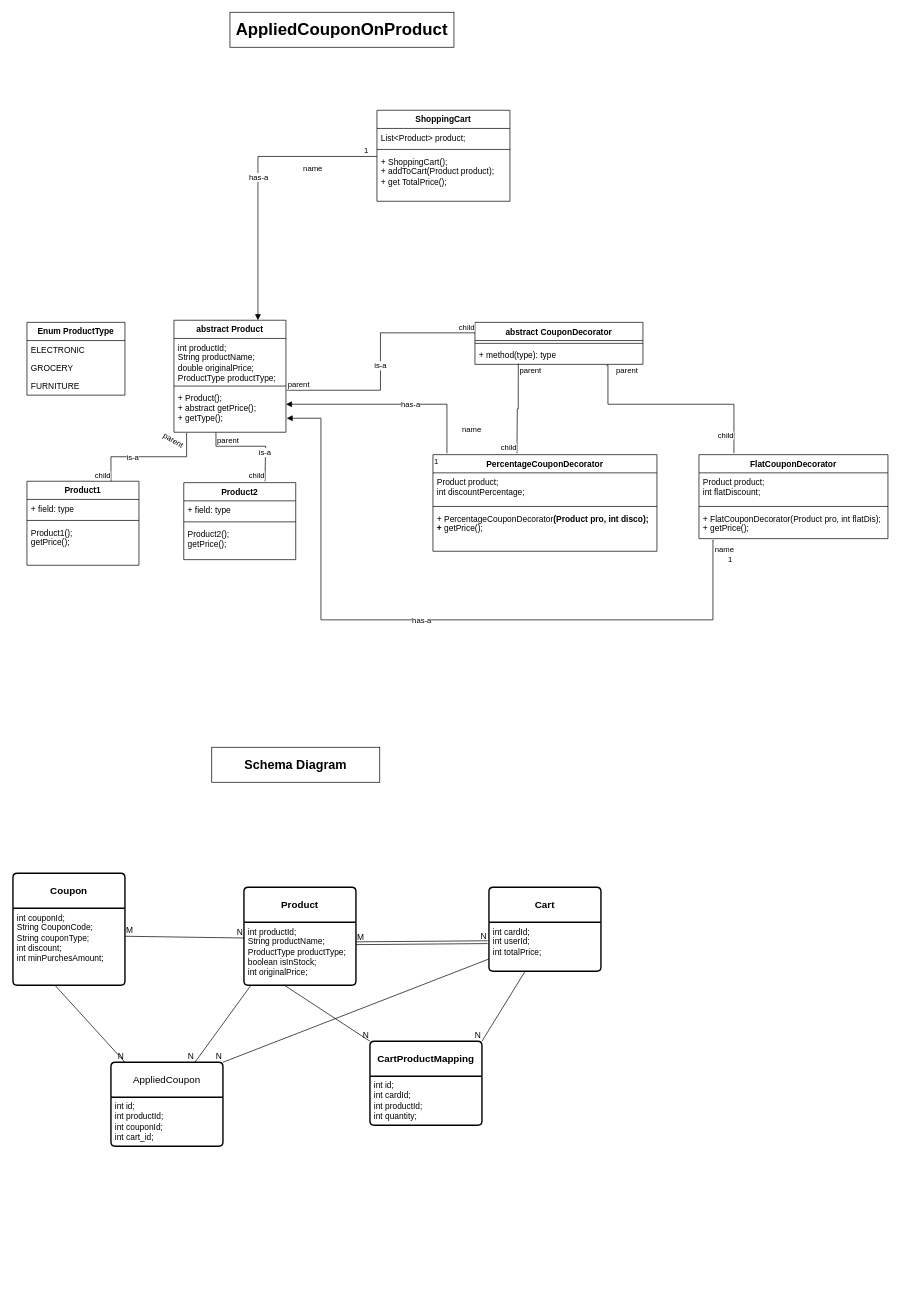
This is page "AppliedCouponsOnProduct" (5 of 16) of Untitled Diagram.drawio from aryan113/UML-diagram, a draw.io file, before an edit. Source tidied: cells renumbered, new cells numbered last; positions are measured from the earlier drawing's top-left corner, leaving out a move shared by most shapes. Both pictures are drawn from the tidied source at 70%, with x=0, y=0 at pixel (13, 12).
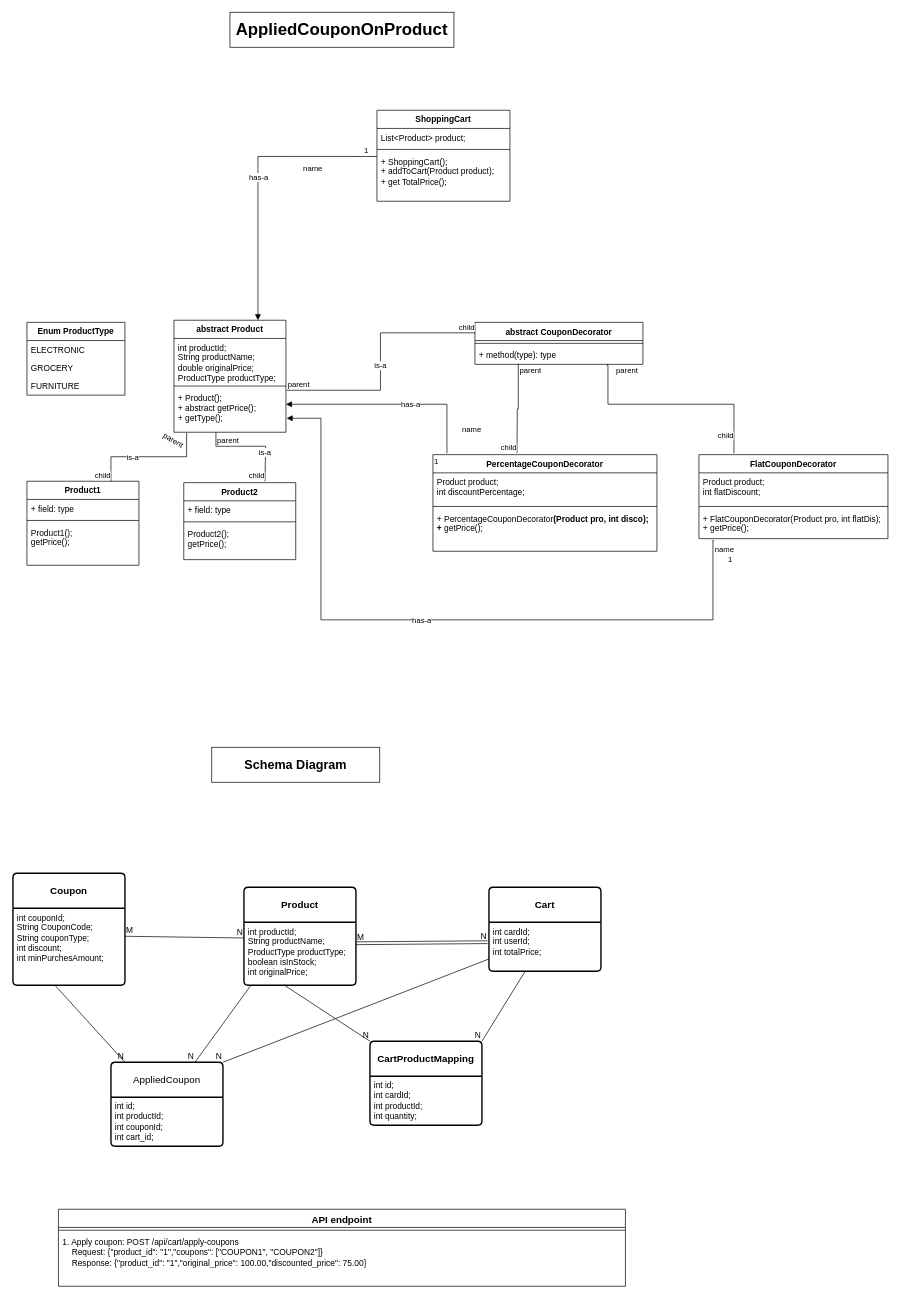
The same page after the edit.

Diff of the diagram source:
```diff
@@
+    <mxCell id="88" value="&lt;font style=&quot;font-size: 14px;&quot;&gt;API endpoint&lt;/font&gt;" style="swimlane;fontStyle=1;align=center;verticalAlign=top;horizontal=1;startSize=26;whiteSpace=wrap;html=1;" parent="1" vertex="1">
+      <mxGeometry x="65" y="1710" width="810" height="110" as="geometry" />
+    </mxCell>
+    <mxCell id="89" style="line;strokeWidth=1;fillColor=none;align=left;verticalAlign=middle;spacingTop=-1;spacingLeft=3;spacingRight=3;labelPosition=right;strokeColor=inherit;" parent="88" vertex="1">
+      <mxGeometry y="26" width="810" height="8" as="geometry" />
+    </mxCell>
+    <mxCell id="90" value="1. Apply coupon:&amp;nbsp;&lt;span style=&quot;background-color: initial;&quot;&gt;POST /api/cart/apply-coupons&lt;/span&gt;&lt;div&gt;&lt;span style=&quot;background-color: initial;&quot;&gt;&amp;nbsp; &amp;nbsp; Request:&amp;nbsp;&lt;/span&gt;&lt;span style=&quot;background-color: initial;&quot; class=&quot;hljs-punctuation&quot;&gt;{&lt;/span&gt;&lt;span style=&quot;background-color: initial;&quot; class=&quot;hljs-attr&quot;&gt;&quot;product_id&quot;&lt;/span&gt;&lt;span style=&quot;background-color: initial;&quot; class=&quot;hljs-punctuation&quot;&gt;:&lt;/span&gt;&lt;span style=&quot;background-color: initial;&quot;&gt; &lt;/span&gt;&lt;span style=&quot;background-color: initial;&quot; class=&quot;hljs-string&quot;&gt;&quot;1&quot;&lt;/span&gt;&lt;span style=&quot;background-color: initial;&quot; class=&quot;hljs-punctuation&quot;&gt;,&lt;/span&gt;&lt;span style=&quot;background-color: initial;&quot; class=&quot;hljs-attr&quot;&gt;&quot;coupons&quot;&lt;/span&gt;&lt;span style=&quot;background-color: initial;&quot; class=&quot;hljs-punctuation&quot;&gt;:&lt;/span&gt;&lt;span style=&quot;background-color: initial;&quot;&gt; &lt;/span&gt;&lt;span style=&quot;background-color: initial;&quot; class=&quot;hljs-punctuation&quot;&gt;[&lt;/span&gt;&lt;span style=&quot;background-color: initial;&quot; class=&quot;hljs-string&quot;&gt;&quot;COUPON1&quot;&lt;/span&gt;&lt;span style=&quot;background-color: initial;&quot; class=&quot;hljs-punctuation&quot;&gt;,&lt;/span&gt;&lt;span style=&quot;background-color: initial;&quot;&gt; &lt;/span&gt;&lt;span style=&quot;background-color: initial;&quot; class=&quot;hljs-string&quot;&gt;&quot;COUPON2&quot;&lt;/span&gt;&lt;span style=&quot;background-color: initial;&quot; class=&quot;hljs-punctuation&quot;&gt;]&lt;/span&gt;&lt;span style=&quot;background-color: initial;&quot; class=&quot;hljs-punctuation&quot;&gt;}&lt;/span&gt;&lt;/div&gt;&lt;div&gt;&lt;span style=&quot;background-color: initial;&quot; class=&quot;hljs-punctuation&quot;&gt;&amp;nbsp; &amp;nbsp; Response:&amp;nbsp;&lt;/span&gt;&lt;span style=&quot;background-color: initial;&quot; class=&quot;hljs-punctuation&quot;&gt;{&lt;/span&gt;&lt;span style=&quot;background-color: initial;&quot; class=&quot;hljs-attr&quot;&gt;&quot;product_id&quot;&lt;/span&gt;&lt;span style=&quot;background-color: initial;&quot; class=&quot;hljs-punctuation&quot;&gt;:&lt;/span&gt;&lt;span style=&quot;background-color: initial;&quot;&gt; &lt;/span&gt;&lt;span style=&quot;background-color: initial;&quot; class=&quot;hljs-string&quot;&gt;&quot;1&quot;&lt;/span&gt;&lt;span style=&quot;background-color: initial;&quot; class=&quot;hljs-punctuation&quot;&gt;,&lt;/span&gt;&lt;span style=&quot;background-color: initial;&quot; class=&quot;hljs-attr&quot;&gt;&quot;original_price&quot;&lt;/span&gt;&lt;span style=&quot;background-color: initial;&quot; class=&quot;hljs-punctuation&quot;&gt;:&lt;/span&gt;&lt;span style=&quot;background-color: initial;&quot;&gt; &lt;/span&gt;&lt;span style=&quot;background-color: initial;&quot; class=&quot;hljs-number&quot;&gt;100.00&lt;/span&gt;&lt;span style=&quot;background-color: initial;&quot; class=&quot;hljs-punctuation&quot;&gt;,&lt;/span&gt;&lt;span style=&quot;background-color: initial;&quot; class=&quot;hljs-attr&quot;&gt;&quot;discounted_price&quot;&lt;/span&gt;&lt;span style=&quot;background-color: initial;&quot; class=&quot;hljs-punctuation&quot;&gt;:&lt;/span&gt;&lt;span style=&quot;background-color: initial;&quot;&gt; &lt;/span&gt;&lt;span style=&quot;background-color: initial;&quot; class=&quot;hljs-number&quot;&gt;75.00&lt;/span&gt;&lt;span style=&quot;background-color: initial;&quot; class=&quot;hljs-punctuation&quot;&gt;}&lt;/span&gt;&lt;/div&gt;" style="text;strokeColor=none;fillColor=none;align=left;verticalAlign=top;spacingLeft=4;spacingRight=4;overflow=hidden;whiteSpace=wrap;html=1;" parent="88" vertex="1">
+      <mxGeometry y="34" width="810" height="76" as="geometry" />
+    </mxCell>
```
